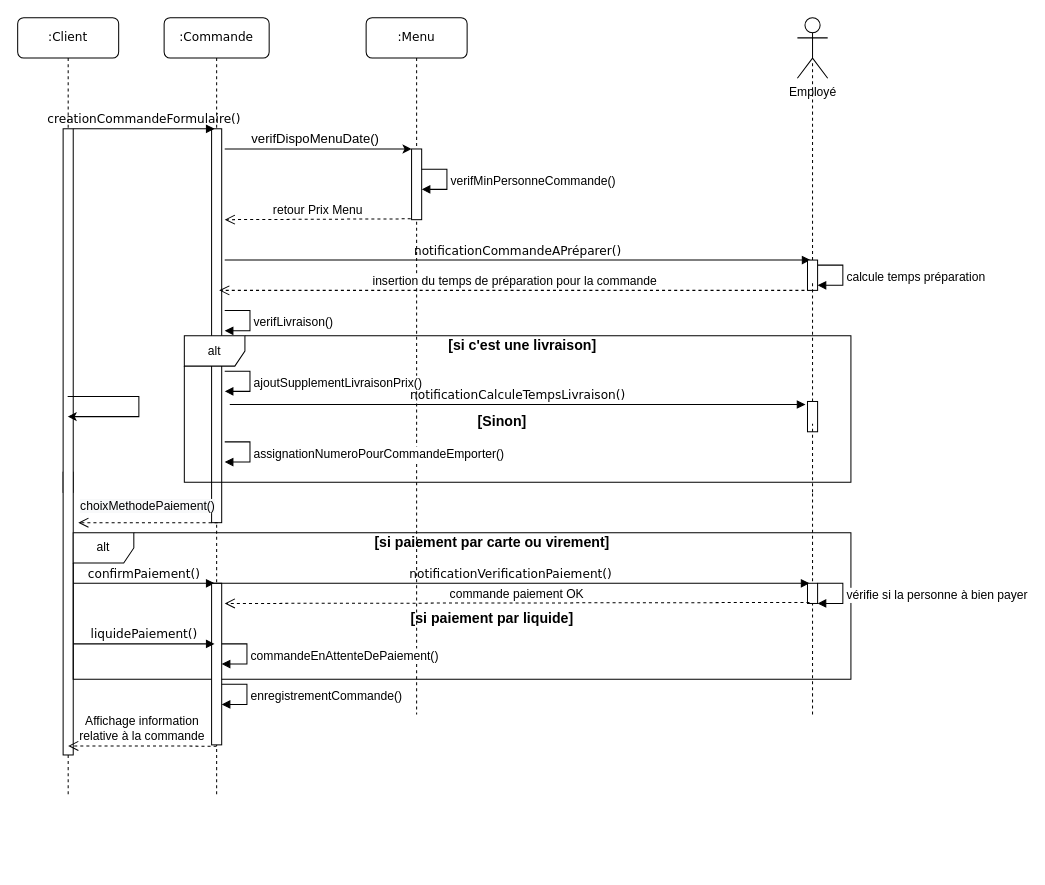
This is diagramme_dinteraction.drawio from NHatim/aca, a draw.io file, before an edit. Source tidied: cells renumbered, new cells numbered last; positions are measured from the earlier drawing's top-left corner, leaving out a move shared by most shapes. Both pictures are drawn from the tidied source at 101%, with x=0, y=0 at pixel (17, 17).
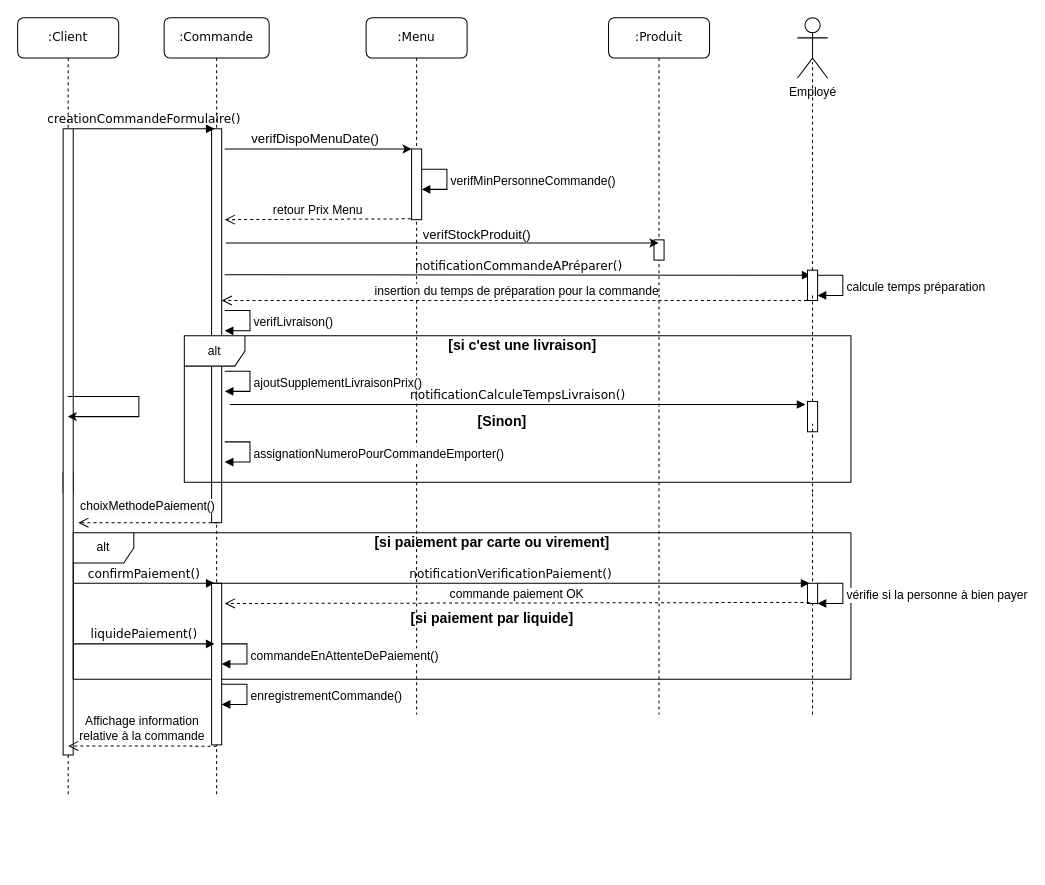
After the change.

The change refers to these unchanged cells:
```xml
<mxCell id="6" style="html=1;points=[];perimeter=orthogonalPerimeter;rounded=0;shadow=0;comic=0;labelBackgroundColor=none;strokeWidth=1;fontFamily=Verdana;fontSize=12;align=center;" parent="5" vertex="1">
  <mxGeometry x="47" y="110" width="10" height="390" as="geometry" />
</mxCell>
```

What changed in the source:
```diff
@@
     <mxCell id="21" value="calcule temps préparation" style="edgeStyle=orthogonalEdgeStyle;html=1;align=left;spacingLeft=2;endArrow=block;rounded=0;entryX=1;entryY=0;fontSize=12;" parent="1" edge="1">
       <mxGeometry x="0.07" relative="1" as="geometry">
-        <mxPoint x="792" y="245" as="sourcePoint" />
-        <mxPoint x="792" y="265" as="targetPoint" />
+        <mxPoint x="792" y="255" as="sourcePoint" />
+        <mxPoint x="792" y="275" as="targetPoint" />
         <Array as="points">
-          <mxPoint x="817" y="245" />
+          <mxPoint x="817" y="255" />
         </Array>
       </mxGeometry>
     </mxCell>
@@
     <mxCell id="23" value="notificationCommandeAPréparer()" style="html=1;verticalAlign=bottom;endArrow=block;labelBackgroundColor=none;fontFamily=Verdana;fontSize=12;edgeStyle=elbowEdgeStyle;elbow=vertical;" parent="1" edge="1">
       <mxGeometry relative="1" as="geometry">
-        <mxPoint x="205" y="240" as="sourcePoint" />
-        <mxPoint x="785" y="240" as="targetPoint" />
+        <mxPoint x="205" y="254.5" as="sourcePoint" />
+        <mxPoint x="785" y="254.5" as="targetPoint" />
       </mxGeometry>
     </mxCell>
     <mxCell id="24" value="insertion du temps de préparation pour la commande" style="html=1;verticalAlign=bottom;endArrow=open;dashed=1;endSize=8;fontSize=12;exitX=-0.083;exitY=0.988;exitDx=0;exitDy=0;exitPerimeter=0;" parent="1" edge="1">
       <mxGeometry relative="1" as="geometry">
-        <mxPoint x="785" y="270" as="sourcePoint" />
-        <mxPoint x="199.5" y="270" as="targetPoint" />
+        <mxPoint x="787.5" y="280" as="sourcePoint" />
+        <mxPoint x="202" y="280" as="targetPoint" />
       </mxGeometry>
     </mxCell>
     <mxCell id="25" style="html=1;points=[];perimeter=orthogonalPerimeter;rounded=0;shadow=0;comic=0;labelBackgroundColor=none;strokeWidth=1;fontFamily=Verdana;fontSize=12;align=center;" parent="1" vertex="1">
-      <mxGeometry x="782" y="240" width="10" height="30" as="geometry" />
+      <mxGeometry x="782" y="250" width="10" height="30" as="geometry" />
     </mxCell>
@@
+    <mxCell id="48" value=":Produit" style="shape=umlLifeline;perimeter=lifelinePerimeter;whiteSpace=wrap;html=1;outlineConnect=0;rounded=1;shadow=0;comic=0;labelBackgroundColor=none;strokeWidth=1;fontFamily=Verdana;fontSize=12;align=center;" parent="1" vertex="1">
+      <mxGeometry x="585" width="100" height="690" as="geometry" />
+    </mxCell>
+    <mxCell id="49" style="html=1;perimeter=orthogonalPerimeter;rounded=0;shadow=0;comic=0;labelBackgroundColor=none;strokeWidth=1;fontFamily=Verdana;fontSize=12;align=center;" parent="48" vertex="1">
+      <mxGeometry x="45" y="220" width="10" height="20" as="geometry" />
+    </mxCell>
+    <mxCell id="50" style="endArrow=classic;html=1;fontSize=13;exitX=1.4;exitY=0.29;exitDx=0;exitDy=0;exitPerimeter=0;" parent="1" edge="1" source="6" target="48">
+      <mxGeometry relative="1" as="geometry" />
+    </mxCell>
+    <mxCell id="51" value="verifStockProduit()" style="text;html=1;strokeColor=none;fillColor=none;align=center;verticalAlign=middle;whiteSpace=wrap;rounded=0;fontSize=13;" parent="1" vertex="1">
+      <mxGeometry x="435" y="210" width="40" height="10" as="geometry" />
+    </mxCell>
```
